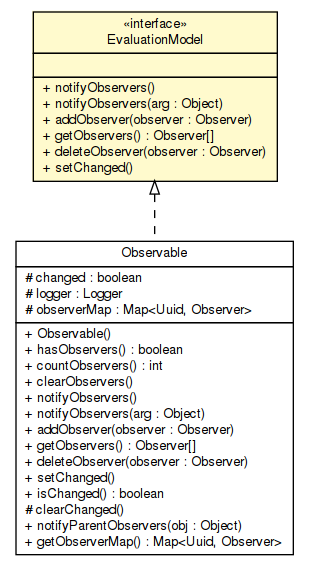
This is apidocs/sorcer/vfe/EvaluationModel.png from sorcersoft/sorcersoft.github.io, a Graphviz export, as it was before one commit. Its source is kept beside it as apidocs/sorcer/vfe/EvaluationModel.dot. Source of this version:
```dot

digraph G {
	edge [fontname="Helvetica",fontsize=10,labelfontname="Helvetica",labelfontsize=10];
	node [fontname="Helvetica",fontsize=10,shape=plaintext];
	nodesep=0.25;
	ranksep=0.5;
	c185122 [label=<<table title="sorcer.vfe.EvaluationModel" border="0" cellborder="1" cellspacing="0" cellpadding="2" port="p" bgcolor="lemonChiffon" href="./EvaluationModel.html">
		<tr><td><table border="0" cellspacing="0" cellpadding="1">
<tr><td align="center" balign="center"> &#171;interface&#187; </td></tr>
<tr><td align="center" balign="center"> EvaluationModel </td></tr>
		</table></td></tr>
		<tr><td><table border="0" cellspacing="0" cellpadding="1">
<tr><td align="left" balign="left">  </td></tr>
		</table></td></tr>
		<tr><td><table border="0" cellspacing="0" cellpadding="1">
<tr><td align="left" balign="left"> + notifyObservers() </td></tr>
<tr><td align="left" balign="left"> + notifyObservers(arg : Object) </td></tr>
<tr><td align="left" balign="left"> + addObserver(observer : Observer) </td></tr>
<tr><td align="left" balign="left"> + getObservers() : Observer[] </td></tr>
<tr><td align="left" balign="left"> + deleteObserver(observer : Observer) </td></tr>
<tr><td align="left" balign="left"> + setChanged() </td></tr>
		</table></td></tr>
		</table>>, URL="./EvaluationModel.html", fontname="Helvetica", fontcolor="black", fontsize=10.0];
	c185123 [label=<<table title="sorcer.vfe.Observable" border="0" cellborder="1" cellspacing="0" cellpadding="2" port="p" href="./Observable.html">
		<tr><td><table border="0" cellspacing="0" cellpadding="1">
<tr><td align="center" balign="center"> Observable </td></tr>
		</table></td></tr>
		<tr><td><table border="0" cellspacing="0" cellpadding="1">
<tr><td align="left" balign="left"> # changed : boolean </td></tr>
<tr><td align="left" balign="left"> # logger : Logger </td></tr>
<tr><td align="left" balign="left"> # observerMap : Map&lt;Uuid, Observer&gt; </td></tr>
		</table></td></tr>
		<tr><td><table border="0" cellspacing="0" cellpadding="1">
<tr><td align="left" balign="left"> + Observable() </td></tr>
<tr><td align="left" balign="left"> + hasObservers() : boolean </td></tr>
<tr><td align="left" balign="left"> + countObservers() : int </td></tr>
<tr><td align="left" balign="left"> + clearObservers() </td></tr>
<tr><td align="left" balign="left"> + notifyObservers() </td></tr>
<tr><td align="left" balign="left"> + notifyObservers(arg : Object) </td></tr>
<tr><td align="left" balign="left"> + addObserver(observer : Observer) </td></tr>
<tr><td align="left" balign="left"> + getObservers() : Observer[] </td></tr>
<tr><td align="left" balign="left"> + deleteObserver(observer : Observer) </td></tr>
<tr><td align="left" balign="left"> + setChanged() </td></tr>
<tr><td align="left" balign="left"> + isChanged() : boolean </td></tr>
<tr><td align="left" balign="left"> # clearChanged() </td></tr>
<tr><td align="left" balign="left"> + notifyParentObservers(obj : Object) </td></tr>
<tr><td align="left" balign="left"> + getObserverMap() : Map&lt;Uuid, Observer&gt; </td></tr>
		</table></td></tr>
		</table>>, URL="./Observable.html", fontname="Helvetica", fontcolor="black", fontsize=10.0];
	c185122:p -> c185123:p [dir=back,arrowtail=empty,style=dashed];
}
```
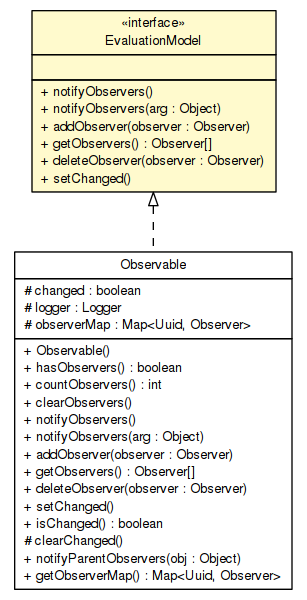
The same file after the commit.

What changed in the source:
```diff
@@ -4,7 +4,7 @@
 	node [fontname="Helvetica",fontsize=10,shape=plaintext];
 	nodesep=0.25;
 	ranksep=0.5;
-	c185122 [label=<<table title="sorcer.vfe.EvaluationModel" border="0" cellborder="1" cellspacing="0" cellpadding="2" port="p" bgcolor="lemonChiffon" href="./EvaluationModel.html">
+	c212217 [label=<<table title="sorcer.vfe.EvaluationModel" border="0" cellborder="1" cellspacing="0" cellpadding="2" port="p" bgcolor="lemonChiffon" href="./EvaluationModel.html">
 		<tr><td><table border="0" cellspacing="0" cellpadding="1">
 <tr><td align="center" balign="center"> &#171;interface&#187; </td></tr>
 <tr><td align="center" balign="center"> EvaluationModel </td></tr>
@@ -21,7 +21,7 @@
 <tr><td align="left" balign="left"> + setChanged() </td></tr>
 		</table></td></tr>
 		</table>>, URL="./EvaluationModel.html", fontname="Helvetica", fontcolor="black", fontsize=10.0];
-	c185123 [label=<<table title="sorcer.vfe.Observable" border="0" cellborder="1" cellspacing="0" cellpadding="2" port="p" href="./Observable.html">
+	c212220 [label=<<table title="sorcer.vfe.Observable" border="0" cellborder="1" cellspacing="0" cellpadding="2" port="p" href="./Observable.html">
 		<tr><td><table border="0" cellspacing="0" cellpadding="1">
 <tr><td align="center" balign="center"> Observable </td></tr>
 		</table></td></tr>
@@ -47,5 +47,5 @@
 <tr><td align="left" balign="left"> + getObserverMap() : Map&lt;Uuid, Observer&gt; </td></tr>
 		</table></td></tr>
 		</table>>, URL="./Observable.html", fontname="Helvetica", fontcolor="black", fontsize=10.0];
-	c185122:p -> c185123:p [dir=back,arrowtail=empty,style=dashed];
+	c212217:p -> c212220:p [dir=back,arrowtail=empty,style=dashed];
 }
```
